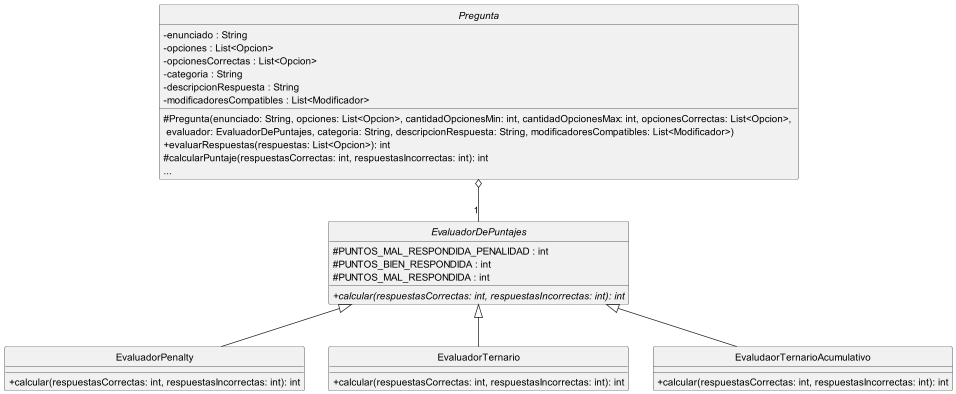
Above: diagrams/classes/clase_EvaluadorDePuntaje.png in lautiland/TP2-ALGO3-ALGOHOOT (PlantUML), before the change.
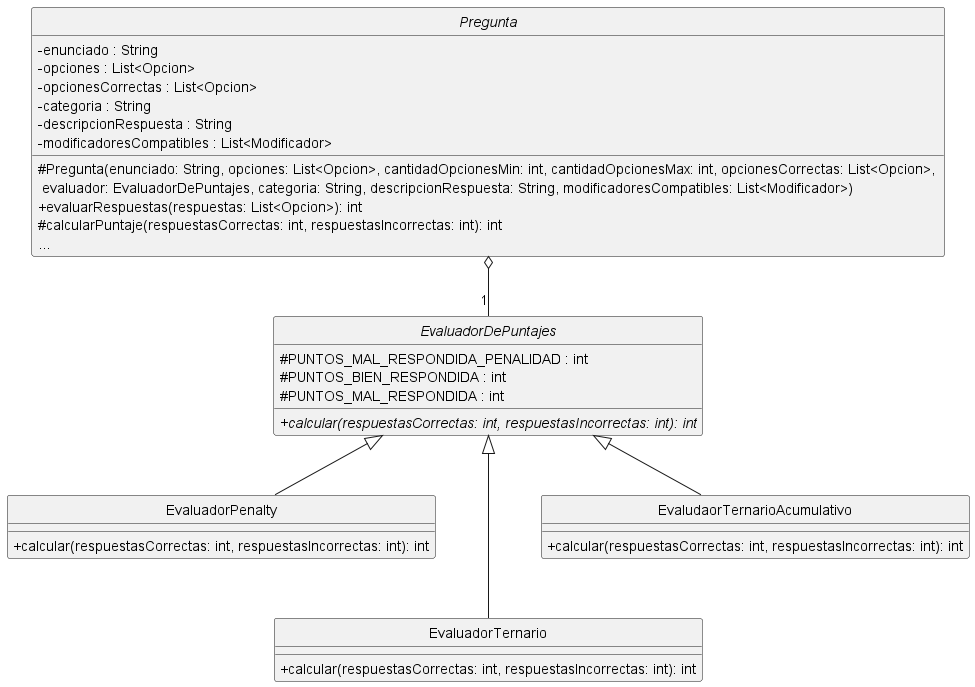
The same diagram one commit later.

Diff of the diagram source:
```diff
@@ -38,7 +38,7 @@
 
 Pregunta o-- "1" EvaluadorDePuntajes
 EvaluadorPenalty -up-|> EvaluadorDePuntajes
-EvaluadorTernario -up-|> EvaluadorDePuntajes
+EvaluadorTernario --up-|> EvaluadorDePuntajes
 EvaludaorTernarioAcumulativo -up-|> EvaluadorDePuntajes
 
 @enduml
```
